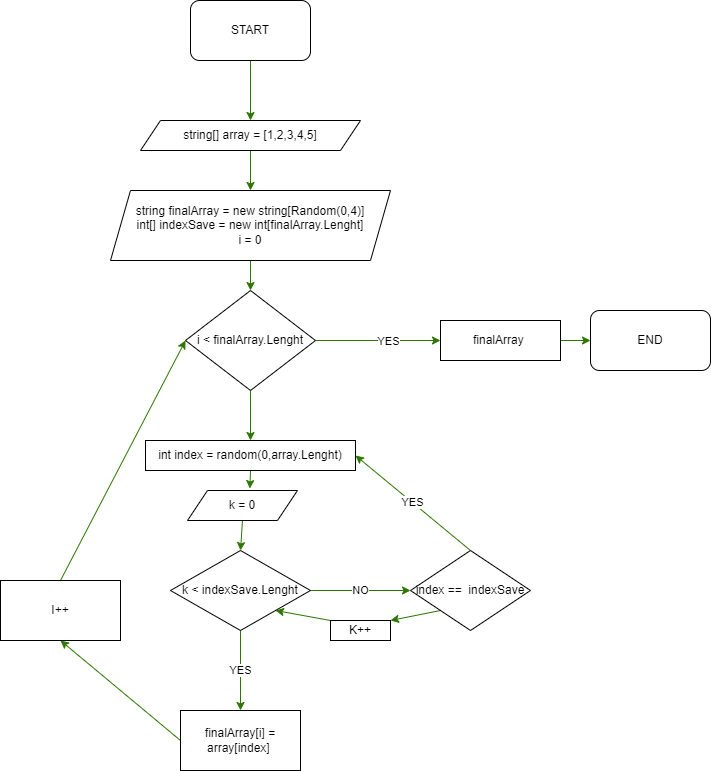
Max-Shulga/Exam keeps this draw.io diagram as Block_diagram/example.drawio.png. Above is the earlier version. Source tidied: cells renumbered, new cells last; positions are measured from the earlier drawing's top-left corner, leaving out a move shared by most shapes.
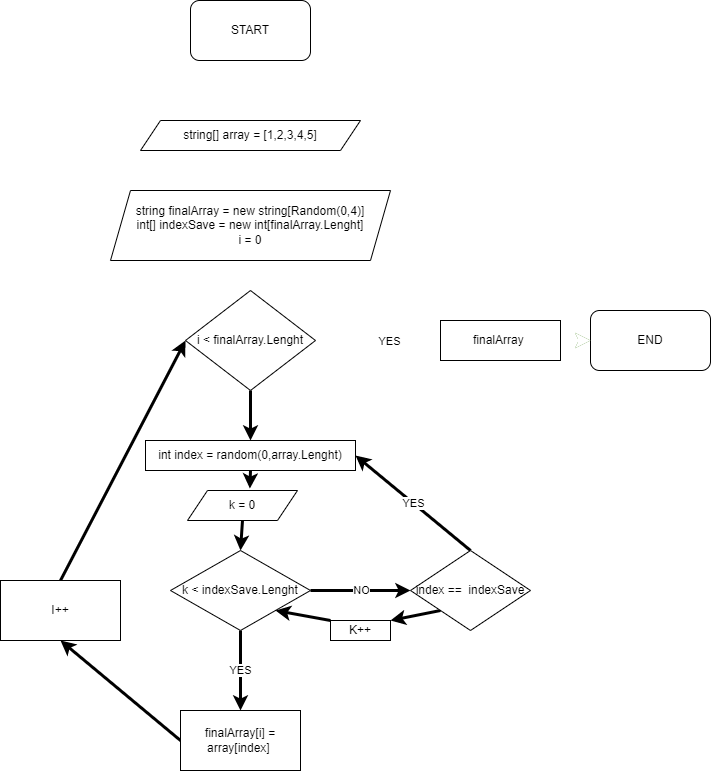
Above is the later version.

What changed in the source:
```diff
@@ -2,7 +2,7 @@
   <root>
     <mxCell id="0" />
     <mxCell id="1" parent="0" />
-    <mxCell id="2" style="edgeStyle=none;html=1;exitX=0.5;exitY=1;exitDx=0;exitDy=0;fillColor=#60a917;strokeColor=#2D7600;" parent="1" edge="1" source="3" target="6">
+    <mxCell id="2" style="edgeStyle=none;html=1;exitX=0.5;exitY=1;exitDx=0;exitDy=0;fillColor=#60a917;strokeColor=#FFFFFF;strokeWidth=3;rounded=1;" parent="1" edge="1" source="3" target="6">
       <mxGeometry relative="1" as="geometry" />
     </mxCell>
     <mxCell id="3" value="START" style="rounded=1;whiteSpace=wrap;html=1;" parent="1" vertex="1">
@@ -11,19 +11,19 @@
     <mxCell id="4" value="END" style="rounded=1;whiteSpace=wrap;html=1;" parent="1" vertex="1">
       <mxGeometry x="590" y="310" width="120" height="60" as="geometry" />
     </mxCell>
-    <mxCell id="5" style="edgeStyle=none;html=1;exitX=0.5;exitY=1;exitDx=0;exitDy=0;fillColor=#60a917;strokeColor=#2D7600;" parent="1" edge="1" source="6" target="8">
+    <mxCell id="5" style="edgeStyle=none;html=1;exitX=0.5;exitY=1;exitDx=0;exitDy=0;fillColor=#60a917;strokeColor=#FFFFFF;strokeWidth=3;rounded=1;" parent="1" edge="1" source="6" target="8">
       <mxGeometry relative="1" as="geometry" />
     </mxCell>
     <mxCell id="6" value="string[] array = [1,2,3,4,5]" style="shape=parallelogram;perimeter=parallelogramPerimeter;whiteSpace=wrap;html=1;fixedSize=1;" parent="1" vertex="1">
       <mxGeometry x="140" y="120" width="220" height="30" as="geometry" />
     </mxCell>
-    <mxCell id="7" style="edgeStyle=none;html=1;exitX=0.5;exitY=1;exitDx=0;exitDy=0;entryX=0.5;entryY=0;entryDx=0;entryDy=0;fillColor=#60a917;strokeColor=#2D7600;" parent="1" edge="1" source="8" target="12">
+    <mxCell id="7" style="edgeStyle=none;html=1;exitX=0.5;exitY=1;exitDx=0;exitDy=0;entryX=0.5;entryY=0;entryDx=0;entryDy=0;fillColor=#60a917;strokeColor=#FFFFFF;strokeWidth=3;rounded=1;" parent="1" edge="1" source="8" target="12">
       <mxGeometry relative="1" as="geometry" />
     </mxCell>
     <mxCell id="8" value="string finalArray = new string[Random(0,4)]&lt;br&gt;int[] indexSave = new int[finalArray.Lenght]&lt;br&gt;i = 0" style="shape=parallelogram;perimeter=parallelogramPerimeter;whiteSpace=wrap;html=1;fixedSize=1;" parent="1" vertex="1">
       <mxGeometry x="110" y="190" width="280" height="70" as="geometry" />
     </mxCell>
-    <mxCell id="9" style="edgeStyle=none;html=1;exitX=1;exitY=0.5;exitDx=0;exitDy=0;fillColor=#60a917;strokeColor=#2D7600;" parent="1" edge="1" source="12">
+    <mxCell id="9" style="edgeStyle=none;html=1;exitX=1;exitY=0.5;exitDx=0;exitDy=0;fillColor=#60a917;strokeColor=#FFFFFF;strokeWidth=3;" parent="1" edge="1" source="12">
       <mxGeometry relative="1" as="geometry">
         <mxPoint x="440" y="340" as="targetPoint" />
       </mxGeometry>
@@ -31,61 +31,64 @@
     <mxCell id="10" value="YES" style="edgeLabel;html=1;align=center;verticalAlign=middle;" parent="9" vertex="1">
       <mxGeometry x="0.16" relative="1" as="geometry" />
     </mxCell>
-    <mxCell id="11" style="edgeStyle=none;html=1;exitX=0.5;exitY=1;exitDx=0;exitDy=0;entryX=0.5;entryY=0;entryDx=0;entryDy=0;fillColor=#60a917;strokeColor=#2D7600;" parent="1" edge="1" source="12" target="16">
+    <mxCell id="11" style="edgeStyle=none;html=1;exitX=0.5;exitY=1;exitDx=0;exitDy=0;entryX=0.5;entryY=0;entryDx=0;entryDy=0;strokeWidth=3;" parent="1" edge="1" source="12" target="16">
       <mxGeometry relative="1" as="geometry" />
     </mxCell>
     <mxCell id="12" value="i &amp;lt; finalArray.Lenght" style="rhombus;whiteSpace=wrap;html=1;" parent="1" vertex="1">
       <mxGeometry x="185" y="290" width="130" height="100" as="geometry" />
     </mxCell>
-    <mxCell id="13" style="edgeStyle=none;html=1;exitX=1;exitY=0.5;exitDx=0;exitDy=0;entryX=0;entryY=0.5;entryDx=0;entryDy=0;fillColor=#60a917;strokeColor=#2D7600;" parent="1" edge="1" source="14" target="4">
+    <mxCell id="13" style="edgeStyle=none;html=1;exitX=1;exitY=0.5;exitDx=0;exitDy=0;entryX=0;entryY=0.5;entryDx=0;entryDy=0;fillColor=#60a917;strokeColor=#2D7600;strokeWidth=3;" parent="1" edge="1" source="14" target="4">
       <mxGeometry relative="1" as="geometry" />
     </mxCell>
+    <mxCell id="31" style="edgeStyle=none;html=1;strokeColor=#FFFFFF;strokeWidth=3;" parent="1" edge="1" source="14" target="4">
+      <mxGeometry relative="1" as="geometry" />
+    </mxCell>
     <mxCell id="14" value="&lt;span&gt;finalArray&amp;nbsp;&lt;/span&gt;" style="rounded=0;whiteSpace=wrap;html=1;" parent="1" vertex="1">
       <mxGeometry x="440" y="320" width="120" height="40" as="geometry" />
     </mxCell>
-    <mxCell id="15" style="edgeStyle=none;html=1;exitX=0.5;exitY=1;exitDx=0;exitDy=0;entryX=0.567;entryY=-0.066;entryDx=0;entryDy=0;entryPerimeter=0;fillColor=#60a917;strokeColor=#2D7600;" parent="1" edge="1" source="16" target="18">
+    <mxCell id="15" style="edgeStyle=none;html=1;exitX=0.5;exitY=1;exitDx=0;exitDy=0;entryX=0.567;entryY=-0.066;entryDx=0;entryDy=0;entryPerimeter=0;strokeWidth=3;" parent="1" edge="1" source="16" target="18">
       <mxGeometry relative="1" as="geometry" />
     </mxCell>
     <mxCell id="16" value="int index = random(0,array.Lenght)" style="rounded=0;whiteSpace=wrap;html=1;" parent="1" vertex="1">
       <mxGeometry x="145" y="440" width="210" height="30" as="geometry" />
     </mxCell>
-    <mxCell id="17" style="edgeStyle=none;html=1;exitX=0.5;exitY=1;exitDx=0;exitDy=0;entryX=0.5;entryY=0;entryDx=0;entryDy=0;fillColor=#60a917;strokeColor=#2D7600;" parent="1" edge="1" source="18" target="21">
+    <mxCell id="17" style="edgeStyle=none;html=1;exitX=0.5;exitY=1;exitDx=0;exitDy=0;entryX=0.5;entryY=0;entryDx=0;entryDy=0;strokeWidth=3;" parent="1" edge="1" source="18" target="21">
       <mxGeometry relative="1" as="geometry" />
     </mxCell>
     <mxCell id="18" value="k = 0" style="shape=parallelogram;perimeter=parallelogramPerimeter;whiteSpace=wrap;html=1;fixedSize=1;" parent="1" vertex="1">
       <mxGeometry x="187" y="490" width="110" height="30" as="geometry" />
     </mxCell>
-    <mxCell id="19" value="NO" style="edgeStyle=none;html=1;exitX=1;exitY=0.5;exitDx=0;exitDy=0;entryX=0;entryY=0.5;entryDx=0;entryDy=0;fillColor=#60a917;strokeColor=#2D7600;" parent="1" edge="1" source="21" target="24">
+    <mxCell id="19" value="NO" style="edgeStyle=none;html=1;exitX=1;exitY=0.5;exitDx=0;exitDy=0;entryX=0;entryY=0.5;entryDx=0;entryDy=0;strokeWidth=3;" parent="1" edge="1" source="21" target="24">
       <mxGeometry relative="1" as="geometry" />
     </mxCell>
-    <mxCell id="20" value="YES" style="edgeStyle=none;html=1;exitX=0.5;exitY=1;exitDx=0;exitDy=0;entryX=0.5;entryY=0;entryDx=0;entryDy=0;fillColor=#60a917;strokeColor=#2D7600;" parent="1" edge="1" source="21" target="26">
+    <mxCell id="20" value="YES" style="edgeStyle=none;html=1;exitX=0.5;exitY=1;exitDx=0;exitDy=0;entryX=0.5;entryY=0;entryDx=0;entryDy=0;strokeWidth=3;" parent="1" edge="1" source="21" target="26">
       <mxGeometry relative="1" as="geometry" />
     </mxCell>
     <mxCell id="21" value="k &amp;lt; indexSave.Lenght" style="rhombus;whiteSpace=wrap;html=1;" parent="1" vertex="1">
       <mxGeometry x="170" y="550" width="140" height="80" as="geometry" />
     </mxCell>
-    <mxCell id="22" value="YES" style="edgeStyle=none;html=1;exitX=0.5;exitY=0;exitDx=0;exitDy=0;entryX=1;entryY=0.5;entryDx=0;entryDy=0;fillColor=#60a917;strokeColor=#2D7600;" parent="1" edge="1" source="24" target="16">
+    <mxCell id="22" value="YES" style="edgeStyle=none;html=1;exitX=0.5;exitY=0;exitDx=0;exitDy=0;entryX=1;entryY=0.5;entryDx=0;entryDy=0;strokeWidth=3;" parent="1" edge="1" source="24" target="16">
       <mxGeometry relative="1" as="geometry" />
     </mxCell>
-    <mxCell id="23" style="edgeStyle=none;html=1;exitX=0;exitY=1;exitDx=0;exitDy=0;entryX=1;entryY=0;entryDx=0;entryDy=0;fillColor=#60a917;strokeColor=#2D7600;" parent="1" edge="1" source="24" target="30">
+    <mxCell id="23" style="edgeStyle=none;html=1;exitX=0;exitY=1;exitDx=0;exitDy=0;entryX=1;entryY=0;entryDx=0;entryDy=0;strokeWidth=3;" parent="1" edge="1" source="24" target="30">
       <mxGeometry relative="1" as="geometry" />
     </mxCell>
     <mxCell id="24" value="index ==&amp;nbsp; indexSave" style="rhombus;whiteSpace=wrap;html=1;" parent="1" vertex="1">
       <mxGeometry x="410" y="550" width="120" height="80" as="geometry" />
     </mxCell>
-    <mxCell id="25" style="edgeStyle=none;html=1;exitX=0;exitY=0.5;exitDx=0;exitDy=0;entryX=0.5;entryY=1;entryDx=0;entryDy=0;fillColor=#60a917;strokeColor=#2D7600;" parent="1" edge="1" source="26" target="28">
+    <mxCell id="25" style="edgeStyle=none;html=1;exitX=0;exitY=0.5;exitDx=0;exitDy=0;entryX=0.5;entryY=1;entryDx=0;entryDy=0;strokeWidth=3;" parent="1" edge="1" source="26" target="28">
       <mxGeometry relative="1" as="geometry" />
     </mxCell>
     <mxCell id="26" value="&lt;span&gt;finalArray[i] = array[index]&amp;nbsp;&lt;/span&gt;" style="rounded=0;whiteSpace=wrap;html=1;" parent="1" vertex="1">
       <mxGeometry x="180" y="710" width="120" height="60" as="geometry" />
     </mxCell>
-    <mxCell id="27" style="edgeStyle=none;html=1;exitX=0.5;exitY=0;exitDx=0;exitDy=0;entryX=0;entryY=0.5;entryDx=0;entryDy=0;fillColor=#60a917;strokeColor=#2D7600;" parent="1" edge="1" source="28" target="12">
+    <mxCell id="27" style="edgeStyle=none;html=1;exitX=0.5;exitY=0;exitDx=0;exitDy=0;entryX=0;entryY=0.5;entryDx=0;entryDy=0;strokeWidth=3;" parent="1" edge="1" source="28" target="12">
       <mxGeometry relative="1" as="geometry" />
     </mxCell>
     <mxCell id="28" value="I++" style="rounded=0;whiteSpace=wrap;html=1;" parent="1" vertex="1">
       <mxGeometry y="580" width="120" height="60" as="geometry" />
     </mxCell>
-    <mxCell id="29" style="edgeStyle=none;html=1;exitX=0;exitY=0;exitDx=0;exitDy=0;entryX=1;entryY=1;entryDx=0;entryDy=0;fillColor=#60a917;strokeColor=#2D7600;" parent="1" edge="1" source="30" target="21">
+    <mxCell id="29" style="edgeStyle=none;html=1;exitX=0;exitY=0;exitDx=0;exitDy=0;entryX=1;entryY=1;entryDx=0;entryDy=0;strokeWidth=3;" parent="1" edge="1" source="30" target="21">
       <mxGeometry relative="1" as="geometry" />
     </mxCell>
     <mxCell id="30" value="K++" style="rounded=0;whiteSpace=wrap;html=1;" parent="1" vertex="1">
```
